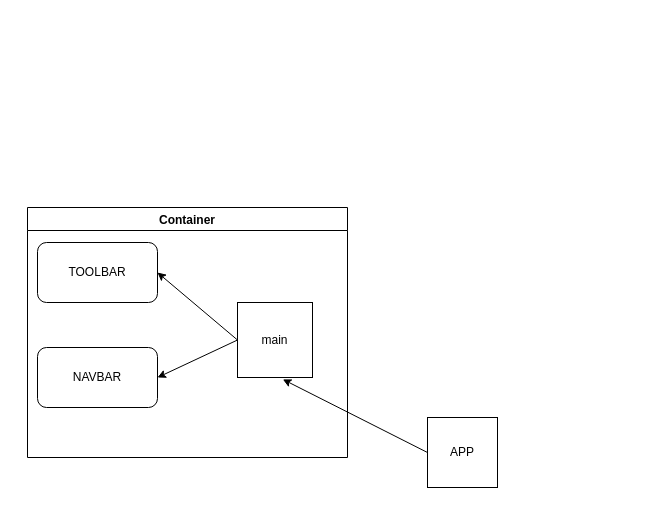
Before: pf-martinez/docs/structure.drawio in RosnelAlejandra/cursoAngular, a draw.io diagram. Source tidied: cells renumbered, new cells numbered last; positions are measured from the earlier drawing's top-left corner, leaving out a move shared by most shapes. Both pictures are drawn from the tidied source at 100%, with x=0, y=0 at pixel (27, 207).
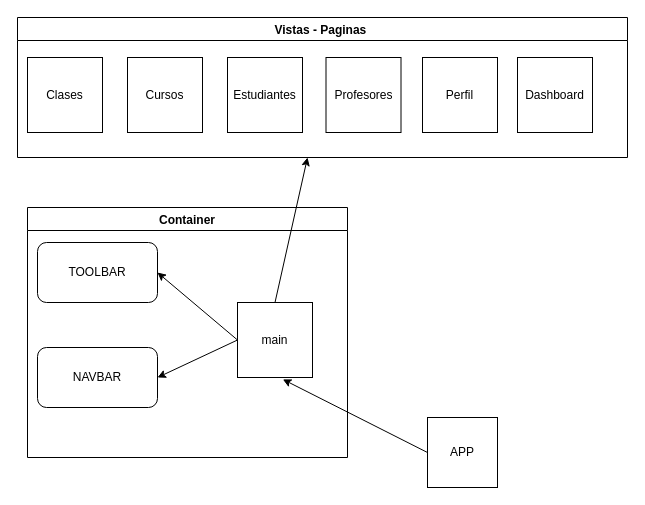
The same page after the edit.

The edit, as a diff of the source:
```diff
@@
 <mxGraphModel>
   <root>
     <mxCell id="0" />
     <mxCell id="1" parent="0" />
     <mxCell id="2" style="edgeStyle=none;html=1;exitX=0;exitY=0.5;exitDx=0;exitDy=0;entryX=0.605;entryY=1.025;entryDx=0;entryDy=0;entryPerimeter=0;" parent="1" edge="1" source="3" target="5">
       <mxGeometry relative="1" as="geometry" />
     </mxCell>
     <mxCell id="3" value="APP" style="whiteSpace=wrap;html=1;" parent="1" vertex="1">
       <mxGeometry x="400" y="210" width="70" height="70" as="geometry" />
     </mxCell>
     <mxCell id="4" value="Container" style="swimlane;" parent="1" vertex="1">
       <mxGeometry width="320" height="250" as="geometry" />
     </mxCell>
     <mxCell id="5" value="main" style="whiteSpace=wrap;html=1;" parent="4" vertex="1">
       <mxGeometry x="210" y="95" width="75" height="75" as="geometry" />
     </mxCell>
     <mxCell id="6" value="TOOLBAR" style="rounded=1;whiteSpace=wrap;html=1;" parent="4" vertex="1">
       <mxGeometry x="10" y="35" width="120" height="60" as="geometry" />
     </mxCell>
     <mxCell id="7" style="edgeStyle=none;html=1;exitX=0;exitY=0.5;exitDx=0;exitDy=0;entryX=1;entryY=0.5;entryDx=0;entryDy=0;" parent="4" edge="1" source="5" target="6">
       <mxGeometry relative="1" as="geometry" />
     </mxCell>
     <mxCell id="8" value="NAVBAR" style="rounded=1;whiteSpace=wrap;html=1;" parent="4" vertex="1">
       <mxGeometry x="10" y="140" width="120" height="60" as="geometry" />
     </mxCell>
     <mxCell id="9" style="edgeStyle=none;html=1;exitX=0;exitY=0.5;exitDx=0;exitDy=0;entryX=1;entryY=0.5;entryDx=0;entryDy=0;" parent="4" edge="1" source="5" target="8">
       <mxGeometry relative="1" as="geometry" />
     </mxCell>
+    <mxCell id="10" value="Clases" style="whiteSpace=wrap;html=1;" parent="1" vertex="1">
+      <mxGeometry y="-150" width="75" height="75" as="geometry" />
+    </mxCell>
+    <mxCell id="11" value="Cursos" style="whiteSpace=wrap;html=1;" parent="1" vertex="1">
+      <mxGeometry x="100" y="-150" width="75" height="75" as="geometry" />
+    </mxCell>
+    <mxCell id="12" value="Estudiantes" style="whiteSpace=wrap;html=1;" parent="1" vertex="1">
+      <mxGeometry x="200" y="-150" width="75" height="75" as="geometry" />
+    </mxCell>
+    <mxCell id="13" value="Profesores" style="whiteSpace=wrap;html=1;" parent="1" vertex="1">
+      <mxGeometry x="298.5" y="-150" width="75" height="75" as="geometry" />
+    </mxCell>
+    <mxCell id="14" value="Perfil" style="whiteSpace=wrap;html=1;" parent="1" vertex="1">
+      <mxGeometry x="395" y="-150" width="75" height="75" as="geometry" />
+    </mxCell>
+    <mxCell id="15" value="Dashboard" style="whiteSpace=wrap;html=1;" parent="1" vertex="1">
+      <mxGeometry x="490" y="-150" width="75" height="75" as="geometry" />
+    </mxCell>
+    <mxCell id="16" value="Vistas - Paginas " style="swimlane;" parent="1" vertex="1">
+      <mxGeometry x="-10" y="-190" width="610" height="140" as="geometry" />
+    </mxCell>
+    <mxCell id="17" style="edgeStyle=none;html=1;exitX=0.5;exitY=0;exitDx=0;exitDy=0;" parent="1" edge="1" source="5">
+      <mxGeometry relative="1" as="geometry">
+        <mxPoint x="280" y="-50" as="targetPoint" />
+      </mxGeometry>
+    </mxCell>
   </root>
 </mxGraphModel>
```
